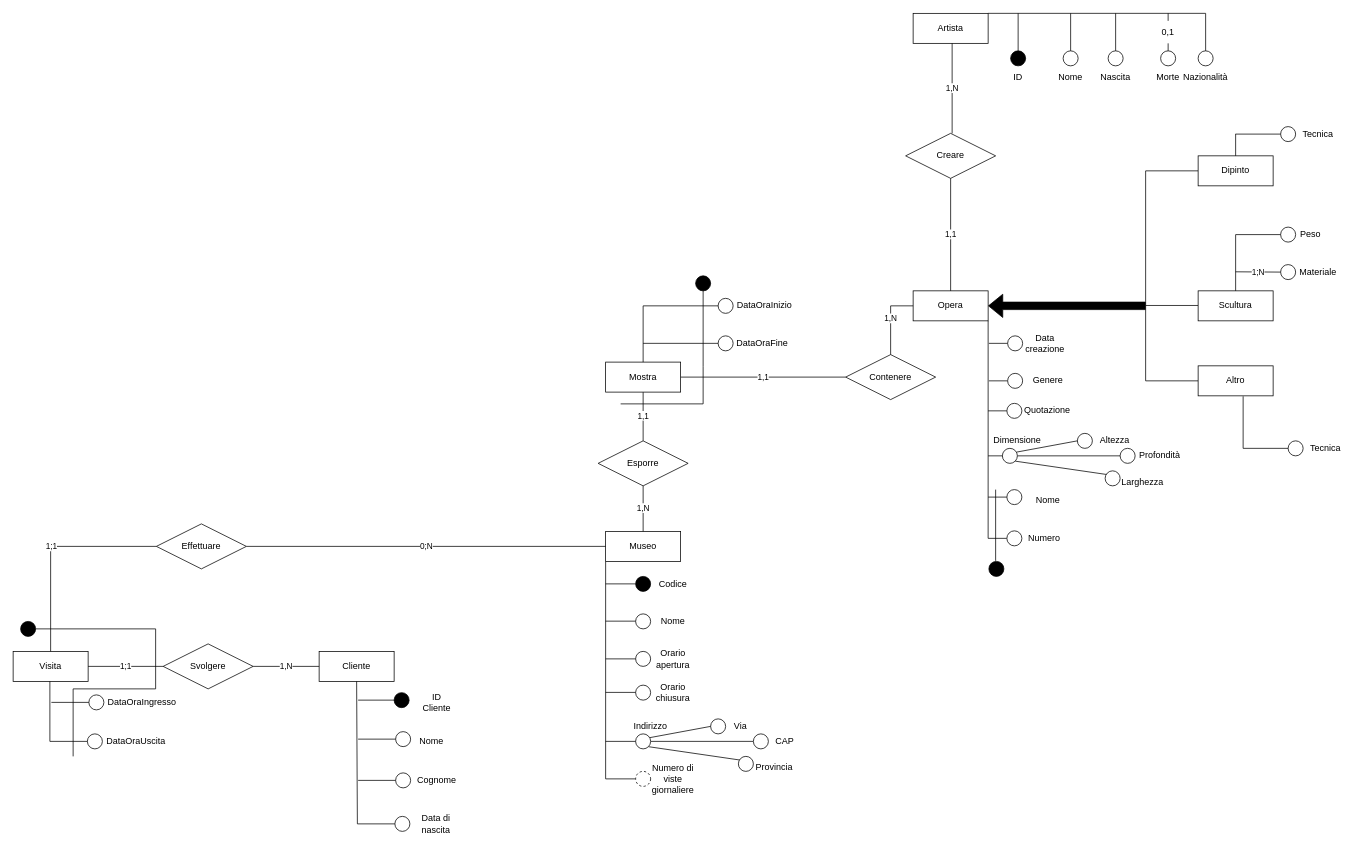
carloalbertogiordano/BDD_diagrammi keeps this draw.io diagram as ER-Museo.drawio. Above is the earlier version. Source tidied: cells renumbered, new cells numbered last; positions are measured from the earlier drawing's top-left corner, leaving out a move shared by most shapes. Both pictures are drawn from the tidied source at 75%, with x=0, y=0 at pixel (13, 13).
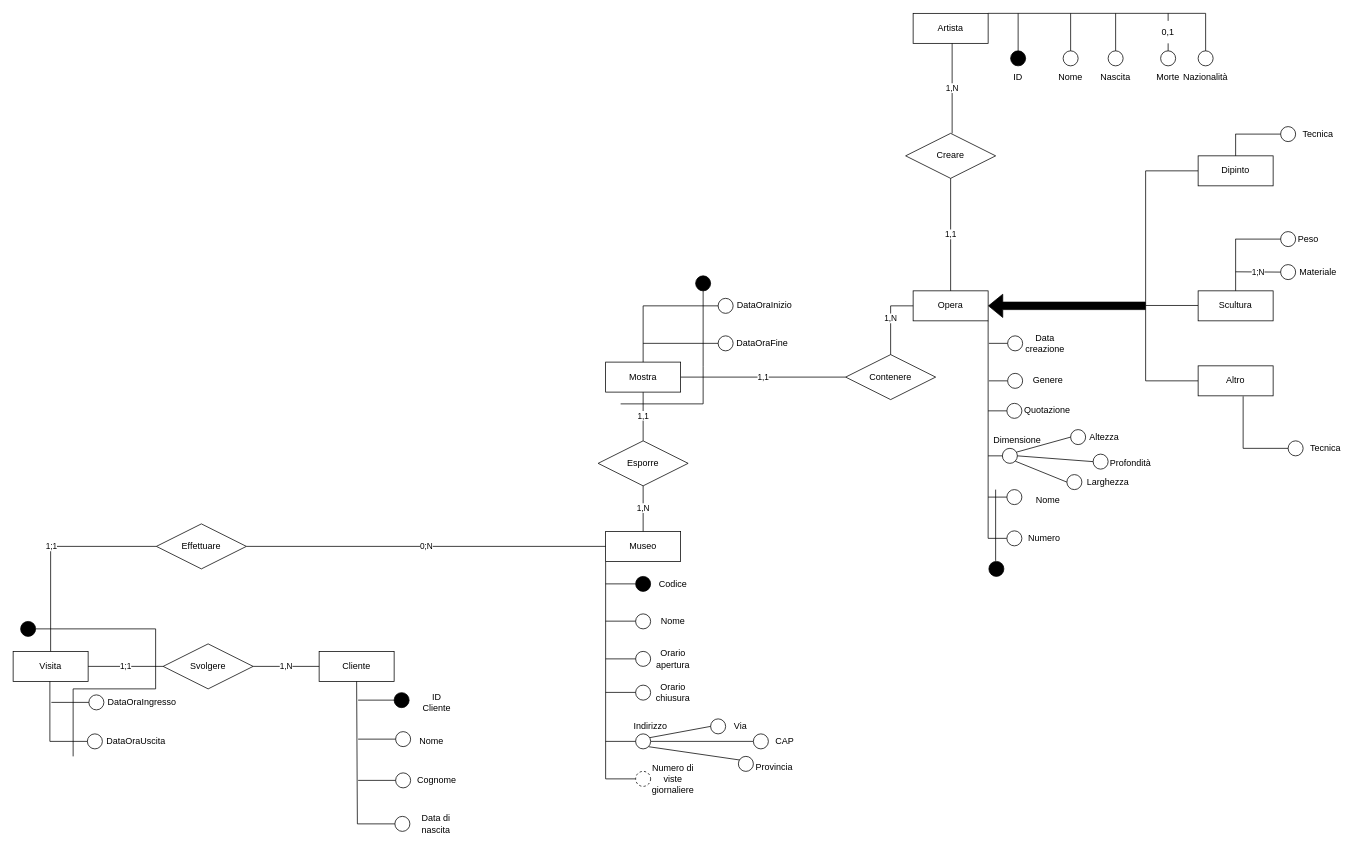
After the change.

Unchanged cells that the change refers to:
```xml
<mxCell id="62" style="ellipse;whiteSpace=wrap;html=1;fillColor=#FFFFFF;" parent="1" vertex="1">
  <mxGeometry x="1319" y="580.3" width="20" height="20" as="geometry" />
</mxCell>
```

The edit, as a diff of the source:
```diff
@@
-    <mxCell id="21" style="endArrow=none;html=1;rounded=0;entryX=0;entryY=0.5;entryDx=0;entryDy=0;" parent="1" edge="1">
-      <mxGeometry relative="1" as="geometry">
-        <mxPoint x="1339" y="590.3" as="sourcePoint" />
-        <mxPoint x="1476" y="590.3" as="targetPoint" />
-      </mxGeometry>
-    </mxCell>
-    <mxCell id="22" style="endArrow=none;html=1;rounded=0;exitX=1;exitY=1;exitDx=0;exitDy=0;" parent="1" edge="1" source="62">
-      <mxGeometry relative="1" as="geometry">
-        <mxPoint x="1459" y="615.3" as="targetPoint" />
-      </mxGeometry>
+    <mxCell id="22" style="endArrow=none;html=1;rounded=0;exitX=1;exitY=1;exitDx=0;exitDy=0;entryX=0;entryY=0.5;entryDx=0;entryDy=0;" parent="1" edge="1" source="62" target="68">
+      <mxGeometry relative="1" as="geometry" />
     </mxCell>
@@
     <mxCell id="63" value="&lt;div&gt;Altezza&lt;/div&gt;" style="text;html=1;strokeColor=none;fillColor=none;align=center;verticalAlign=middle;whiteSpace=wrap;rounded=0;" parent="1" vertex="1">
-      <mxGeometry x="1439" y="555.3" width="60" height="30" as="geometry" />
+      <mxGeometry x="1425" y="550.3" width="60" height="30" as="geometry" />
     </mxCell>
     <mxCell id="64" style="ellipse;whiteSpace=wrap;html=1;fillColor=#FFFFFF;" parent="1" vertex="1">
-      <mxGeometry x="1419" y="560.3" width="20" height="20" as="geometry" />
+      <mxGeometry x="1410" y="555.3" width="20" height="20" as="geometry" />
     </mxCell>
-    <mxCell id="65" value="&lt;div&gt;Profondità&lt;/div&gt;" style="text;html=1;strokeColor=none;fillColor=none;align=center;verticalAlign=middle;whiteSpace=wrap;rounded=0;" parent="1" vertex="1">
-      <mxGeometry x="1499" y="575.3" width="60" height="30" as="geometry" />
-    </mxCell>
-    <mxCell id="66" style="ellipse;whiteSpace=wrap;html=1;fillColor=#FFFFFF;" parent="1" vertex="1">
-      <mxGeometry x="1476" y="580.3" width="20" height="20" as="geometry" />
-    </mxCell>
     <mxCell id="67" value="&lt;div&gt;Larghezza&lt;/div&gt;" style="text;html=1;strokeColor=none;fillColor=none;align=center;verticalAlign=middle;whiteSpace=wrap;rounded=0;" parent="1" vertex="1">
-      <mxGeometry x="1476" y="610.3" width="60" height="30" as="geometry" />
+      <mxGeometry x="1430" y="610.3" width="60" height="30" as="geometry" />
     </mxCell>
     <mxCell id="68" style="ellipse;whiteSpace=wrap;html=1;fillColor=#FFFFFF;" parent="1" vertex="1">
-      <mxGeometry x="1456" y="610.3" width="20" height="20" as="geometry" />
+      <mxGeometry x="1405" y="615.3" width="20" height="20" as="geometry" />
     </mxCell>
@@
     <mxCell id="75" style="endArrow=none;html=1;rounded=0;fillColor=#000000;exitX=0.5;exitY=0;exitDx=0;exitDy=0;" parent="1" edge="1">
       <mxGeometry relative="1" as="geometry">
         <mxPoint x="1630" y="370.3" as="sourcePoint" />
-        <mxPoint x="1630" y="295.3" as="targetPoint" />
+        <mxPoint x="1630" y="301" as="targetPoint" />
       </mxGeometry>
     </mxCell>
     <mxCell id="76" style="ellipse;whiteSpace=wrap;html=1;align=center;" parent="1" vertex="1">
-      <mxGeometry x="1690" y="285.3" width="20" height="20" as="geometry" />
+      <mxGeometry x="1690" y="291.3" width="20" height="20" as="geometry" />
     </mxCell>
     <mxCell id="77" style="endArrow=none;html=1;rounded=0;" parent="1" edge="1" target="76">
       <mxGeometry relative="1" as="geometry">
-        <mxPoint x="1630" y="295.3" as="sourcePoint" />
+        <mxPoint x="1630" y="301.3" as="sourcePoint" />
       </mxGeometry>
     </mxCell>
     <mxCell id="78" value="&lt;div&gt;Peso&lt;/div&gt;" style="text;html=1;strokeColor=none;fillColor=none;align=center;verticalAlign=middle;whiteSpace=wrap;rounded=0;" parent="1" vertex="1">
-      <mxGeometry x="1700" y="280.3" width="60" height="30" as="geometry" />
+      <mxGeometry x="1697" y="287.3" width="60" height="30" as="geometry" />
     </mxCell>
@@
+    <mxCell id="65" value="&lt;div&gt;Profondità&lt;/div&gt;" style="text;html=1;strokeColor=none;fillColor=none;align=center;verticalAlign=middle;whiteSpace=wrap;rounded=0;" parent="1" vertex="1">
+      <mxGeometry x="1460" y="585.3" width="60" height="30" as="geometry" />
+    </mxCell>
+    <mxCell id="153" style="ellipse;whiteSpace=wrap;html=1;fillColor=#FFFFFF;" parent="1" vertex="1">
+      <mxGeometry x="1440" y="588" width="20" height="20" as="geometry" />
+    </mxCell>
+    <mxCell id="154" style="endArrow=none;html=1;rounded=0;entryX=0;entryY=0.5;entryDx=0;entryDy=0;exitX=1;exitY=0.5;exitDx=0;exitDy=0;" parent="1" edge="1" source="62" target="153">
+      <mxGeometry relative="1" as="geometry" />
+    </mxCell>
```
